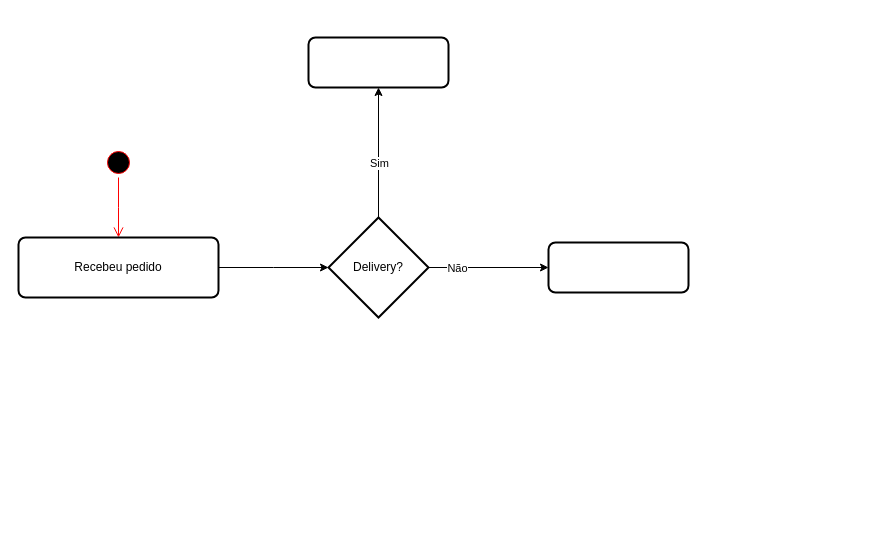
Earlier version of the draw.io diagram atividades.drawio (Gabi-r7/Pizzaria-turma-1). Source tidied: cells renumbered, new cells numbered last; positions are measured from the earlier drawing's top-left corner, leaving out a move shared by most shapes. Both pictures are drawn from the tidied source at 100%, with x=0, y=0 at pixel (18, 37).
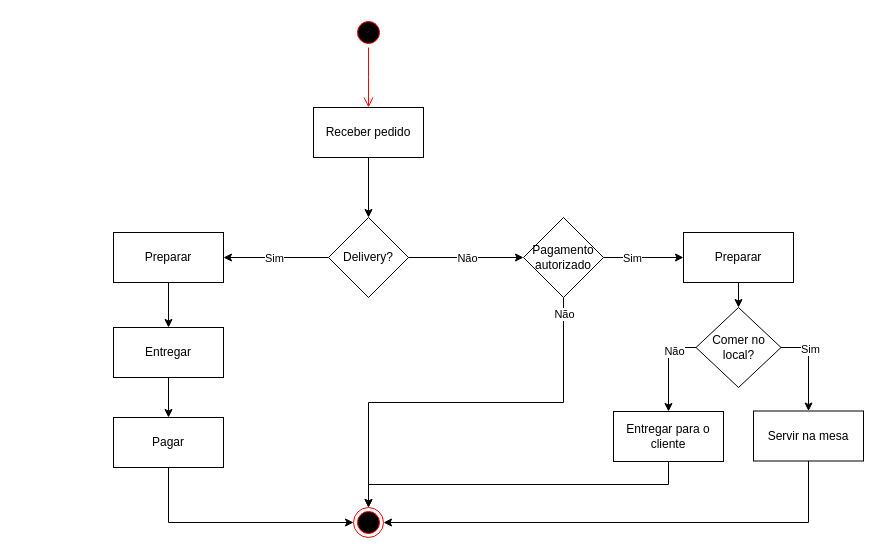
The same diagram, later.

Diff of the diagram source:
```diff
@@
-    <mxCell id="2" style="ellipse;html=1;shape=startState;fillColor=#000000;strokeColor=#ff0000;" parent="1" vertex="1">
-      <mxGeometry x="85" y="110" width="30" height="30" as="geometry" />
-    </mxCell>
-    <mxCell id="3" style="edgeStyle=orthogonalEdgeStyle;html=1;verticalAlign=bottom;endArrow=open;endSize=8;strokeColor=#ff0000;rounded=0;" parent="1" edge="1" source="2">
-      <mxGeometry relative="1" as="geometry">
-        <mxPoint x="100" y="200" as="targetPoint" />
-      </mxGeometry>
-    </mxCell>
-    <mxCell id="4" style="edgeStyle=orthogonalEdgeStyle;rounded=0;jettySize=auto;html=1;exitX=1;exitY=0.5;exitDx=0;exitDy=0;entryX=0;entryY=0.5;entryDx=0;entryDy=0;" parent="1" edge="1" source="5">
-      <mxGeometry relative="1" as="geometry">
-        <mxPoint x="310" y="230" as="targetPoint" />
-      </mxGeometry>
-    </mxCell>
-    <mxCell id="5" value="Recebeu pedido" style="rounded=1;whiteSpace=wrap;html=1;absoluteArcSize=1;arcSize=14;strokeWidth=2;" parent="1" vertex="1">
-      <mxGeometry y="200" width="200" height="60" as="geometry" />
-    </mxCell>
-    <mxCell id="6" style="edgeStyle=orthogonalEdgeStyle;rounded=0;jettySize=auto;html=1;exitX=0.5;exitY=0;exitDx=0;exitDy=0;exitPerimeter=0;entryX=0.5;entryY=1;entryDx=0;entryDy=0;" parent="1" edge="1" source="10" target="11">
-      <mxGeometry relative="1" as="geometry" />
-    </mxCell>
-    <mxCell id="7" value="Sim" style="edgeLabel;html=1;align=center;verticalAlign=middle;" parent="6" vertex="1">
-      <mxGeometry x="-0.17" y="-3" relative="1" as="geometry">
-        <mxPoint x="-3" y="-1" as="offset" />
-      </mxGeometry>
-    </mxCell>
-    <mxCell id="8" style="edgeStyle=orthogonalEdgeStyle;rounded=0;jettySize=auto;html=1;exitX=1;exitY=0.5;exitDx=0;exitDy=0;exitPerimeter=0;entryX=0;entryY=0.5;entryDx=0;entryDy=0;" parent="1" edge="1" source="10" target="12">
-      <mxGeometry relative="1" as="geometry" />
-    </mxCell>
-    <mxCell id="9" value="Não" style="edgeLabel;html=1;align=center;verticalAlign=middle;" parent="8" vertex="1">
-      <mxGeometry x="-0.53" relative="1" as="geometry" />
-    </mxCell>
+    <mxCell id="13" style="ellipse;html=1;shape=startState;fillColor=#000000;strokeColor=#ff0000;" parent="1" vertex="1">
+      <mxGeometry x="335" y="-20" width="30" height="30" as="geometry" />
+    </mxCell>
+    <mxCell id="14" style="edgeStyle=orthogonalEdgeStyle;html=1;verticalAlign=bottom;endArrow=open;endSize=8;strokeColor=#ff0000;rounded=0;" parent="1" edge="1" source="13">
+      <mxGeometry relative="1" as="geometry">
+        <mxPoint x="350" y="70" as="targetPoint" />
+      </mxGeometry>
+    </mxCell>
+    <mxCell id="15" style="edgeStyle=orthogonalEdgeStyle;rounded=0;jettySize=auto;html=1;exitX=0.5;exitY=1;exitDx=0;exitDy=0;entryX=0.5;entryY=0;entryDx=0;entryDy=0;" parent="1" edge="1" source="16" target="10">
+      <mxGeometry relative="1" as="geometry" />
+    </mxCell>
+    <mxCell id="16" value="Receber pedido" style="html=1;whiteSpace=wrap;" parent="1" vertex="1">
+      <mxGeometry x="295" y="70" width="110" height="50" as="geometry" />
+    </mxCell>
+    <mxCell id="17" style="edgeStyle=orthogonalEdgeStyle;rounded=0;jettySize=auto;html=1;exitX=1;exitY=0.5;exitDx=0;exitDy=0;entryX=0;entryY=0.5;entryDx=0;entryDy=0;" parent="1" edge="1" source="10" target="43">
+      <mxGeometry relative="1" as="geometry" />
+    </mxCell>
+    <mxCell id="18" value="Não" style="edgeLabel;html=1;align=center;verticalAlign=middle;" parent="17" vertex="1">
+      <mxGeometry x="0.01" y="-1" relative="1" as="geometry">
+        <mxPoint y="-1" as="offset" />
+      </mxGeometry>
+    </mxCell>
+    <mxCell id="19" style="edgeStyle=orthogonalEdgeStyle;rounded=0;jettySize=auto;html=1;exitX=0;exitY=0.5;exitDx=0;exitDy=0;entryX=1;entryY=0.5;entryDx=0;entryDy=0;" parent="1" edge="1" source="10" target="22">
+      <mxGeometry relative="1" as="geometry" />
+    </mxCell>
+    <mxCell id="20" value="Sim" style="edgeLabel;html=1;align=center;verticalAlign=middle;" parent="19" vertex="1">
+      <mxGeometry x="0.01" y="-3" relative="1" as="geometry">
+        <mxPoint x="-2" y="3" as="offset" />
+      </mxGeometry>
+    </mxCell>
-    <mxCell id="10" value="Delivery?" style="strokeWidth=2;html=1;shape=mxgraph.flowchart.decision;whiteSpace=wrap;" parent="1" vertex="1">
-      <mxGeometry x="310" y="180" width="100" height="100" as="geometry" />
+    <mxCell id="10" value="Delivery?" style="rhombus;whiteSpace=wrap;html=1;" parent="1" vertex="1">
+      <mxGeometry x="310" y="180" width="80" height="80" as="geometry" />
     </mxCell>
-    <mxCell id="11" style="rounded=1;whiteSpace=wrap;html=1;absoluteArcSize=1;arcSize=14;strokeWidth=2;" parent="1" vertex="1">
-      <mxGeometry x="290" width="140" height="50" as="geometry" />
-    </mxCell>
-    <mxCell id="12" style="rounded=1;whiteSpace=wrap;html=1;absoluteArcSize=1;arcSize=14;strokeWidth=2;" parent="1" vertex="1">
-      <mxGeometry x="530" y="205" width="140" height="50" as="geometry" />
-    </mxCell>
+    <mxCell id="21" style="edgeStyle=orthogonalEdgeStyle;rounded=0;jettySize=auto;html=1;exitX=0.5;exitY=1;exitDx=0;exitDy=0;entryX=0.5;entryY=0;entryDx=0;entryDy=0;" parent="1" edge="1" source="22" target="35">
+      <mxGeometry relative="1" as="geometry" />
+    </mxCell>
+    <mxCell id="22" value="Preparar" style="html=1;whiteSpace=wrap;" parent="1" vertex="1">
+      <mxGeometry x="95" y="195" width="110" height="50" as="geometry" />
+    </mxCell>
+    <mxCell id="23" style="edgeStyle=orthogonalEdgeStyle;rounded=0;jettySize=auto;html=1;exitX=1;exitY=0.5;exitDx=0;exitDy=0;entryX=0.5;entryY=0;entryDx=0;entryDy=0;" parent="1" edge="1" source="27" target="31">
+      <mxGeometry relative="1" as="geometry" />
+    </mxCell>
+    <mxCell id="24" value="Sim" style="edgeLabel;html=1;align=center;verticalAlign=middle;" parent="23" vertex="1">
+      <mxGeometry x="-0.38" y="1" relative="1" as="geometry">
+        <mxPoint y="1" as="offset" />
+      </mxGeometry>
+    </mxCell>
+    <mxCell id="25" style="edgeStyle=orthogonalEdgeStyle;rounded=0;jettySize=auto;html=1;exitX=0;exitY=0.5;exitDx=0;exitDy=0;entryX=0.5;entryY=0;entryDx=0;entryDy=0;" parent="1" edge="1" source="27" target="33">
+      <mxGeometry relative="1" as="geometry" />
+    </mxCell>
+    <mxCell id="26" value="Não" style="edgeLabel;html=1;align=center;verticalAlign=middle;" parent="25" vertex="1">
+      <mxGeometry x="-0.53" y="3" relative="1" as="geometry" />
+    </mxCell>
+    <mxCell id="27" value="Comer no&lt;div&gt;local?&lt;/div&gt;" style="rhombus;whiteSpace=wrap;html=1;" parent="1" vertex="1">
+      <mxGeometry x="677.5" y="270" width="85" height="80" as="geometry" />
+    </mxCell>
+    <mxCell id="28" style="edgeStyle=orthogonalEdgeStyle;rounded=0;jettySize=auto;html=1;exitX=0.5;exitY=1;exitDx=0;exitDy=0;entryX=0.5;entryY=0;entryDx=0;entryDy=0;" parent="1" edge="1" source="29" target="27">
+      <mxGeometry relative="1" as="geometry" />
+    </mxCell>
+    <mxCell id="29" value="Preparar" style="html=1;whiteSpace=wrap;" parent="1" vertex="1">
+      <mxGeometry x="665" y="195" width="110" height="50" as="geometry" />
+    </mxCell>
+    <mxCell id="30" style="edgeStyle=orthogonalEdgeStyle;rounded=0;jettySize=auto;html=1;exitX=0.5;exitY=1;exitDx=0;exitDy=0;entryX=1;entryY=0.5;entryDx=0;entryDy=0;" parent="1" edge="1" source="31" target="38">
+      <mxGeometry relative="1" as="geometry" />
+    </mxCell>
+    <mxCell id="31" value="Servir na mesa" style="html=1;whiteSpace=wrap;" parent="1" vertex="1">
+      <mxGeometry x="735" y="373.5" width="110" height="50" as="geometry" />
+    </mxCell>
+    <mxCell id="32" style="edgeStyle=orthogonalEdgeStyle;rounded=0;jettySize=auto;html=1;exitX=0.5;exitY=1;exitDx=0;exitDy=0;entryX=0.5;entryY=0;entryDx=0;entryDy=0;" parent="1" edge="1" source="33" target="38">
+      <mxGeometry relative="1" as="geometry" />
+    </mxCell>
+    <mxCell id="33" value="Entregar para o cliente" style="html=1;whiteSpace=wrap;" parent="1" vertex="1">
+      <mxGeometry x="595" y="374" width="110" height="50" as="geometry" />
+    </mxCell>
+    <mxCell id="34" style="edgeStyle=orthogonalEdgeStyle;rounded=0;jettySize=auto;html=1;exitX=0.5;exitY=1;exitDx=0;exitDy=0;entryX=0.5;entryY=0;entryDx=0;entryDy=0;" parent="1" edge="1" source="35" target="37">
+      <mxGeometry relative="1" as="geometry" />
+    </mxCell>
+    <mxCell id="35" value="Entregar" style="html=1;whiteSpace=wrap;" parent="1" vertex="1">
+      <mxGeometry x="95" y="290" width="110" height="50" as="geometry" />
+    </mxCell>
+    <mxCell id="36" style="edgeStyle=orthogonalEdgeStyle;rounded=0;jettySize=auto;html=1;exitX=0.5;exitY=1;exitDx=0;exitDy=0;entryX=0;entryY=0.5;entryDx=0;entryDy=0;" parent="1" edge="1" source="37" target="38">
+      <mxGeometry relative="1" as="geometry" />
+    </mxCell>
+    <mxCell id="37" value="Pagar" style="html=1;whiteSpace=wrap;" parent="1" vertex="1">
+      <mxGeometry x="95" y="380" width="110" height="50" as="geometry" />
+    </mxCell>
+    <mxCell id="38" style="ellipse;html=1;shape=endState;fillColor=#000000;strokeColor=#ff0000;" parent="1" vertex="1">
+      <mxGeometry x="335" y="470" width="30" height="30" as="geometry" />
+    </mxCell>
+    <mxCell id="39" style="edgeStyle=orthogonalEdgeStyle;rounded=0;jettySize=auto;html=1;exitX=0.5;exitY=1;exitDx=0;exitDy=0;entryX=0.5;entryY=0;entryDx=0;entryDy=0;" parent="1" edge="1" source="43" target="38">
+      <mxGeometry relative="1" as="geometry" />
+    </mxCell>
+    <mxCell id="40" value="Não" style="edgeLabel;html=1;align=center;verticalAlign=middle;" parent="39" vertex="1">
+      <mxGeometry x="-0.92" relative="1" as="geometry" />
+    </mxCell>
+    <mxCell id="41" style="edgeStyle=orthogonalEdgeStyle;rounded=0;jettySize=auto;html=1;exitX=1;exitY=0.5;exitDx=0;exitDy=0;entryX=0;entryY=0.5;entryDx=0;entryDy=0;" parent="1" edge="1" source="43" target="29">
+      <mxGeometry relative="1" as="geometry" />
+    </mxCell>
+    <mxCell id="42" value="Sim" style="edgeLabel;html=1;align=center;verticalAlign=middle;" parent="41" vertex="1">
+      <mxGeometry x="-0.3" relative="1" as="geometry" />
+    </mxCell>
+    <mxCell id="43" value="Pagamento autorizado" style="rhombus;whiteSpace=wrap;html=1;" parent="1" vertex="1">
+      <mxGeometry x="505" y="180" width="80" height="80" as="geometry" />
+    </mxCell>
```
